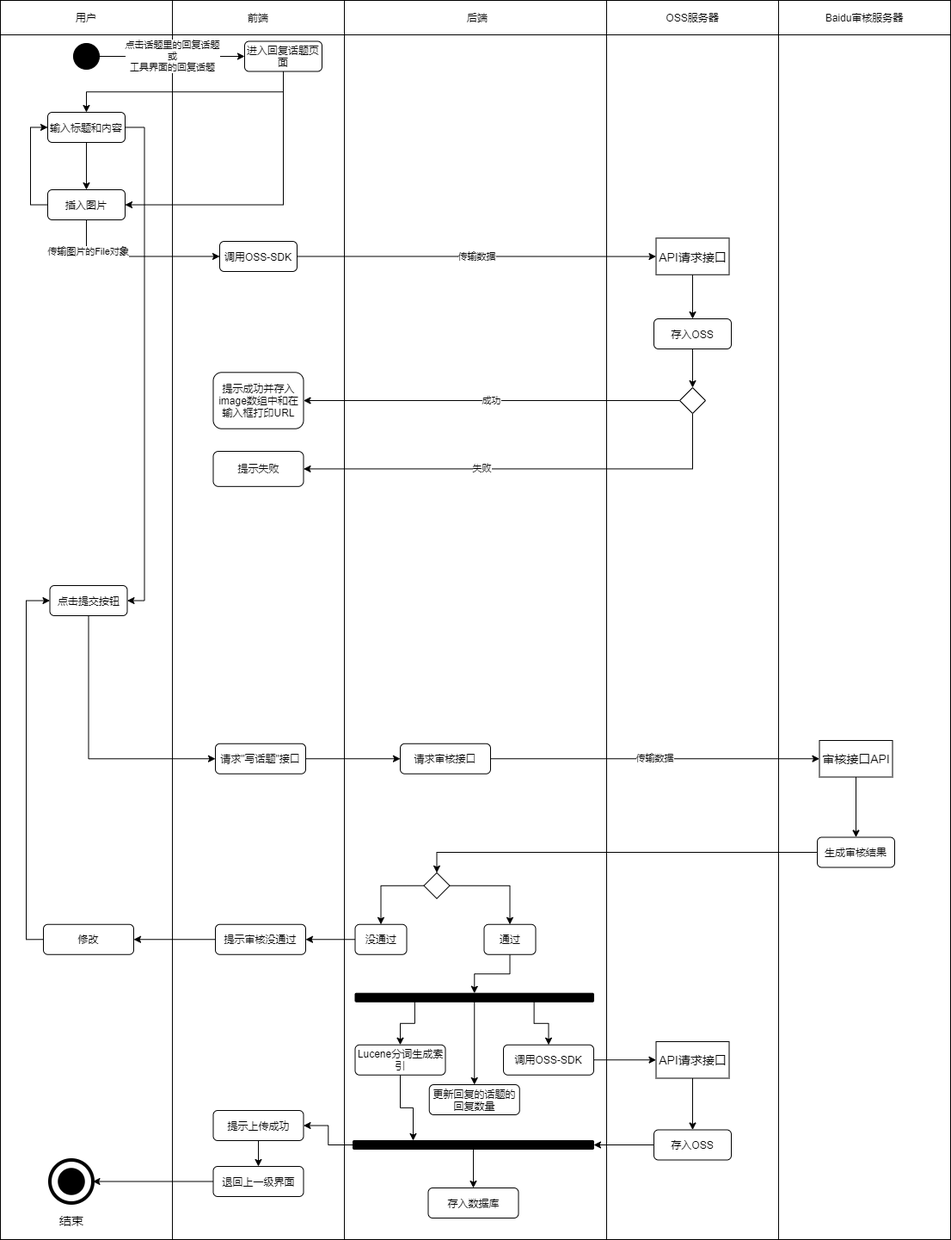
Before: user.bbs-topic-answer.active.drawio.png, a diagram exported from draw.io (Jater0/Graduation). Source tidied: cells renumbered, new cells last; positions are measured from the earlier drawing's top-left corner, leaving out a move shared by most shapes.
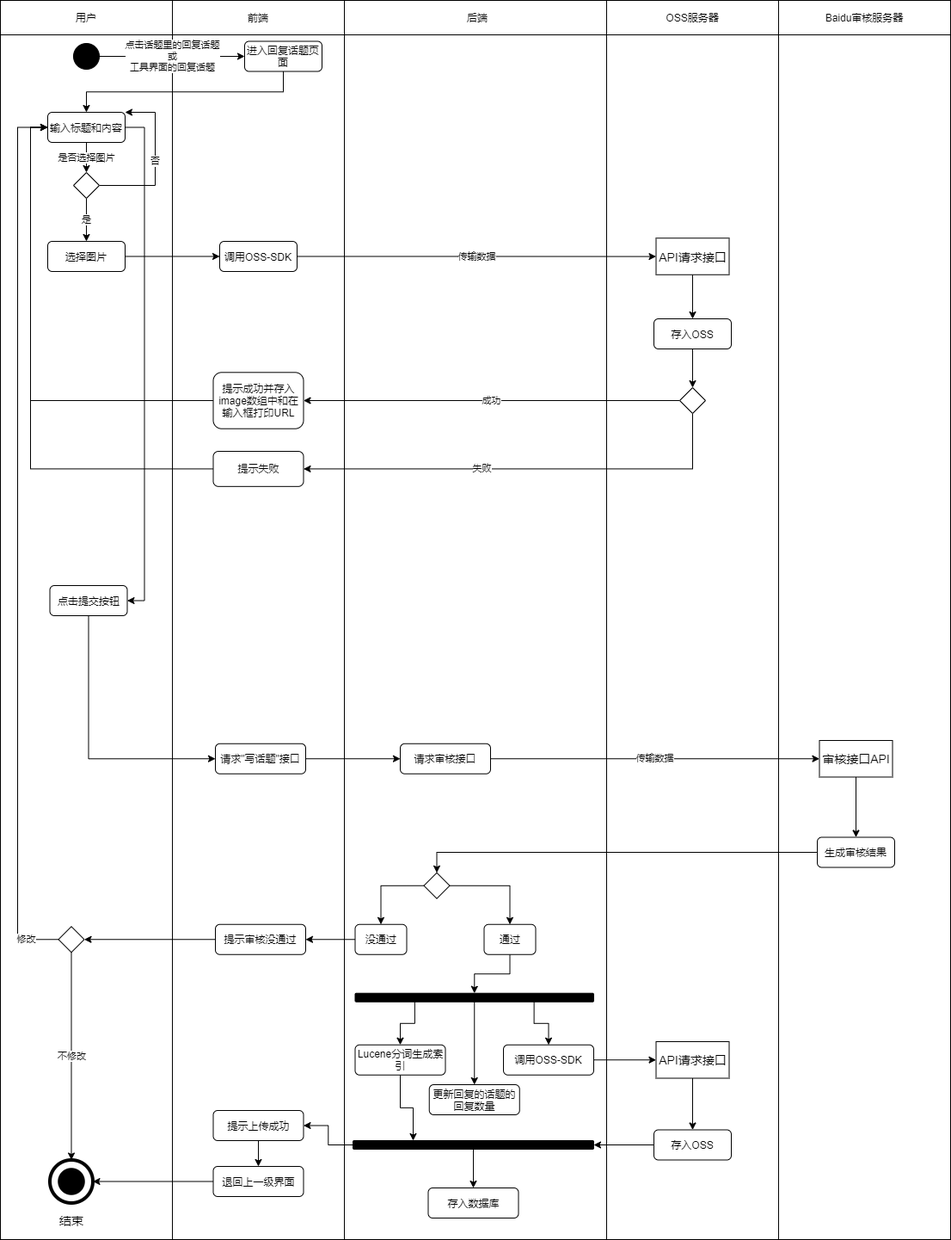
After the commit.

What changed in the source:
```diff
@@ -29,9 +29,6 @@
     <mxCell id="10" style="edgeStyle=orthogonalEdgeStyle;rounded=0;jettySize=auto;html=1;exitX=0.5;exitY=1;exitDx=0;exitDy=0;" parent="1" edge="1" source="12" target="18">
       <mxGeometry relative="1" as="geometry" />
     </mxCell>
-    <mxCell id="11" style="edgeStyle=orthogonalEdgeStyle;rounded=0;jettySize=auto;html=1;exitX=0.5;exitY=1;exitDx=0;exitDy=0;entryX=1;entryY=0.5;entryDx=0;entryDy=0;" parent="1" edge="1" source="12" target="22">
-      <mxGeometry relative="1" as="geometry" />
-    </mxCell>
     <mxCell id="12" value="进入回复话题页面" style="rounded=1;whiteSpace=wrap;html=1;" parent="1" vertex="1">
       <mxGeometry x="284" y="47.5" width="90" height="35" as="geometry" />
     </mxCell>
@@ -44,26 +41,20 @@
     <mxCell id="15" value="结束" style="text;html=1;strokeColor=none;fillColor=none;align=center;verticalAlign=middle;whiteSpace=wrap;rounded=0;fontSize=14;" parent="1" vertex="1">
       <mxGeometry x="62.5" y="1407.5" width="40" height="20" as="geometry" />
     </mxCell>
-    <mxCell id="16" style="edgeStyle=orthogonalEdgeStyle;rounded=0;jettySize=auto;html=1;exitX=0.5;exitY=1;exitDx=0;exitDy=0;entryX=0.5;entryY=0;entryDx=0;entryDy=0;" parent="1" edge="1" source="18" target="22">
-      <mxGeometry relative="1" as="geometry" />
-    </mxCell>
     <mxCell id="17" style="edgeStyle=orthogonalEdgeStyle;rounded=0;jettySize=auto;html=1;exitX=1;exitY=0.5;exitDx=0;exitDy=0;entryX=1;entryY=0.5;entryDx=0;entryDy=0;" parent="1" edge="1" source="18" target="28">
       <mxGeometry relative="1" as="geometry" />
     </mxCell>
+    <mxCell id="80" value="是否选择图片" style="edgeStyle=orthogonalEdgeStyle;rounded=0;jettySize=auto;html=1;exitX=0.5;exitY=1;exitDx=0;exitDy=0;entryX=0.5;entryY=0;entryDx=0;entryDy=0;" parent="1" edge="1" source="18" target="86">
+      <mxGeometry relative="1" as="geometry" />
+    </mxCell>
     <mxCell id="18" value="输入标题和内容" style="rounded=1;whiteSpace=wrap;html=1;" parent="1" vertex="1">
       <mxGeometry x="55" y="130" width="90" height="35" as="geometry" />
     </mxCell>
-    <mxCell id="19" style="edgeStyle=orthogonalEdgeStyle;rounded=0;jettySize=auto;html=1;exitX=0;exitY=0.5;exitDx=0;exitDy=0;entryX=0;entryY=0.5;entryDx=0;entryDy=0;" parent="1" edge="1" source="22" target="18">
-      <mxGeometry relative="1" as="geometry" />
-    </mxCell>
-    <mxCell id="20" style="edgeStyle=orthogonalEdgeStyle;rounded=0;jettySize=auto;html=1;exitX=0.5;exitY=1;exitDx=0;exitDy=0;entryX=0;entryY=0.5;entryDx=0;entryDy=0;" parent="1" edge="1" source="22" target="30">
+    <mxCell id="20" style="edgeStyle=orthogonalEdgeStyle;rounded=0;jettySize=auto;html=1;exitX=1;exitY=0.5;exitDx=0;exitDy=0;entryX=0;entryY=0.5;entryDx=0;entryDy=0;" parent="1" edge="1" source="22" target="30">
       <mxGeometry relative="1" as="geometry" />
     </mxCell>
-    <mxCell id="21" value="传输图片的File对象" style="edgeLabel;html=1;align=center;verticalAlign=middle;" parent="20" vertex="1">
-      <mxGeometry x="-0.64" y="1" relative="1" as="geometry" />
-    </mxCell>
-    <mxCell id="22" value="插入图片" style="rounded=1;whiteSpace=wrap;html=1;" parent="1" vertex="1">
-      <mxGeometry x="55" y="220" width="90" height="35" as="geometry" />
+    <mxCell id="22" value="选择图片" style="rounded=1;whiteSpace=wrap;html=1;" parent="1" vertex="1">
+      <mxGeometry x="55" y="280" width="90" height="35" as="geometry" />
     </mxCell>
     <mxCell id="23" style="rounded=0;whiteSpace=wrap;html=1;" parent="1" vertex="1">
       <mxGeometry x="705" y="40" width="200" height="1400" as="geometry" />
@@ -101,6 +92,9 @@
     <mxCell id="34" value="存入OSS" style="rounded=1;whiteSpace=wrap;html=1;" parent="1" vertex="1">
       <mxGeometry x="760" y="370" width="90" height="35" as="geometry" />
     </mxCell>
+    <mxCell id="81" style="edgeStyle=orthogonalEdgeStyle;rounded=0;jettySize=auto;html=1;exitX=0;exitY=0.5;exitDx=0;exitDy=0;entryX=0;entryY=0.5;entryDx=0;entryDy=0;" parent="1" edge="1" source="35" target="18">
+      <mxGeometry relative="1" as="geometry" />
+    </mxCell>
     <mxCell id="35" value="提示成功并存入image数组中和在输入框打印URL" style="rounded=1;whiteSpace=wrap;html=1;" parent="1" vertex="1">
       <mxGeometry x="247.5" y="432.3" width="105" height="65.4" as="geometry" />
     </mxCell>
@@ -149,18 +143,12 @@
     <mxCell id="50" value="没通过" style="rounded=1;whiteSpace=wrap;html=1;" parent="1" vertex="1">
       <mxGeometry x="412.5" y="1073.8" width="60" height="35" as="geometry" />
     </mxCell>
-    <mxCell id="51" style="edgeStyle=orthogonalEdgeStyle;rounded=0;jettySize=auto;html=1;exitX=0;exitY=0.5;exitDx=0;exitDy=0;entryX=1;entryY=0.5;entryDx=0;entryDy=0;" parent="1" edge="1" source="52" target="54">
-      <mxGeometry relative="1" as="geometry" />
-    </mxCell>
+    <mxCell id="82" style="edgeStyle=orthogonalEdgeStyle;rounded=0;jettySize=auto;html=1;exitX=0;exitY=0.5;exitDx=0;exitDy=0;entryX=1;entryY=0.5;entryDx=0;entryDy=0;" parent="1" edge="1" source="52" target="88">
+      <mxGeometry relative="1" as="geometry" />
+    </mxCell>
     <mxCell id="52" value="提示审核没通过" style="rounded=1;whiteSpace=wrap;html=1;" parent="1" vertex="1">
       <mxGeometry x="250" y="1073.8" width="105" height="35" as="geometry" />
     </mxCell>
-    <mxCell id="53" style="edgeStyle=orthogonalEdgeStyle;rounded=0;jettySize=auto;html=1;exitX=0;exitY=0.5;exitDx=0;exitDy=0;entryX=0;entryY=0.5;entryDx=0;entryDy=0;" parent="1" edge="1" source="54" target="28">
-      <mxGeometry relative="1" as="geometry" />
-    </mxCell>
-    <mxCell id="54" value="修改" style="rounded=1;whiteSpace=wrap;html=1;" parent="1" vertex="1">
-      <mxGeometry x="50" y="1073.8" width="105" height="35" as="geometry" />
-    </mxCell>
     <mxCell id="55" style="edgeStyle=orthogonalEdgeStyle;rounded=0;jettySize=auto;html=1;exitX=0.25;exitY=1;exitDx=0;exitDy=0;entryX=0.5;entryY=0;entryDx=0;entryDy=0;" parent="1" edge="1" source="58" target="60">
       <mxGeometry relative="1" as="geometry" />
     </mxCell>
@@ -194,6 +182,9 @@
     <mxCell id="65" style="rhombus;whiteSpace=wrap;html=1;" parent="1" vertex="1">
       <mxGeometry x="790" y="450" width="30" height="30" as="geometry" />
     </mxCell>
+    <mxCell id="83" style="edgeStyle=orthogonalEdgeStyle;rounded=0;jettySize=auto;html=1;exitX=0;exitY=0.5;exitDx=0;exitDy=0;entryX=0;entryY=0.5;entryDx=0;entryDy=0;" parent="1" edge="1" source="66" target="18">
+      <mxGeometry relative="1" as="geometry" />
+    </mxCell>
     <mxCell id="66" value="提示失败" style="rounded=1;whiteSpace=wrap;html=1;" parent="1" vertex="1">
       <mxGeometry x="247.5" y="524" width="105" height="40.8" as="geometry" />
     </mxCell>
@@ -236,5 +227,33 @@
     <mxCell id="79" value="更新回复的话题的回复数量" style="rounded=1;whiteSpace=wrap;html=1;" parent="1" vertex="1">
       <mxGeometry x="498.8" y="1260" width="105" height="35" as="geometry" />
     </mxCell>
+    <mxCell id="84" value="是" style="edgeStyle=orthogonalEdgeStyle;rounded=0;jettySize=auto;html=1;exitX=0.5;exitY=1;exitDx=0;exitDy=0;entryX=0.5;entryY=0;entryDx=0;entryDy=0;" parent="1" edge="1" source="86" target="22">
+      <mxGeometry relative="1" as="geometry" />
+    </mxCell>
+    <mxCell id="85" value="否" style="edgeStyle=orthogonalEdgeStyle;rounded=0;jettySize=auto;html=1;exitX=1;exitY=0.5;exitDx=0;exitDy=0;entryX=1;entryY=0;entryDx=0;entryDy=0;" parent="1" edge="1" source="86" target="18">
+      <mxGeometry relative="1" as="geometry">
+        <Array as="points">
+          <mxPoint x="180" y="215" />
+          <mxPoint x="180" y="130" />
+        </Array>
+      </mxGeometry>
+    </mxCell>
+    <mxCell id="86" style="rhombus;whiteSpace=wrap;html=1;" parent="1" vertex="1">
+      <mxGeometry x="85" y="200" width="30" height="30" as="geometry" />
+    </mxCell>
+    <mxCell id="87" value="不修改" style="edgeStyle=orthogonalEdgeStyle;rounded=0;jettySize=auto;html=1;exitX=0.5;exitY=1;exitDx=0;exitDy=0;entryX=0.5;entryY=0;entryDx=0;entryDy=0;" parent="1" edge="1" source="88" target="13">
+      <mxGeometry relative="1" as="geometry" />
+    </mxCell>
+    <mxCell id="54" value="修改" style="edgeStyle=orthogonalEdgeStyle;rounded=0;jettySize=auto;html=1;exitX=0;exitY=0.5;exitDx=0;exitDy=0;entryX=0;entryY=0.5;entryDx=0;entryDy=0;" parent="1" edge="1" source="88" target="18">
+      <mxGeometry x="-0.93" relative="1" as="geometry">
+        <Array as="points">
+          <mxPoint x="20" y="1091" />
+          <mxPoint x="20" y="148" />
+        </Array>
+      </mxGeometry>
+    </mxCell>
+    <mxCell id="88" style="rhombus;whiteSpace=wrap;html=1;" parent="1" vertex="1">
+      <mxGeometry x="67.5" y="1076.2" width="30" height="30" as="geometry" />
+    </mxCell>
   </root>
 </mxGraphModel>
```
